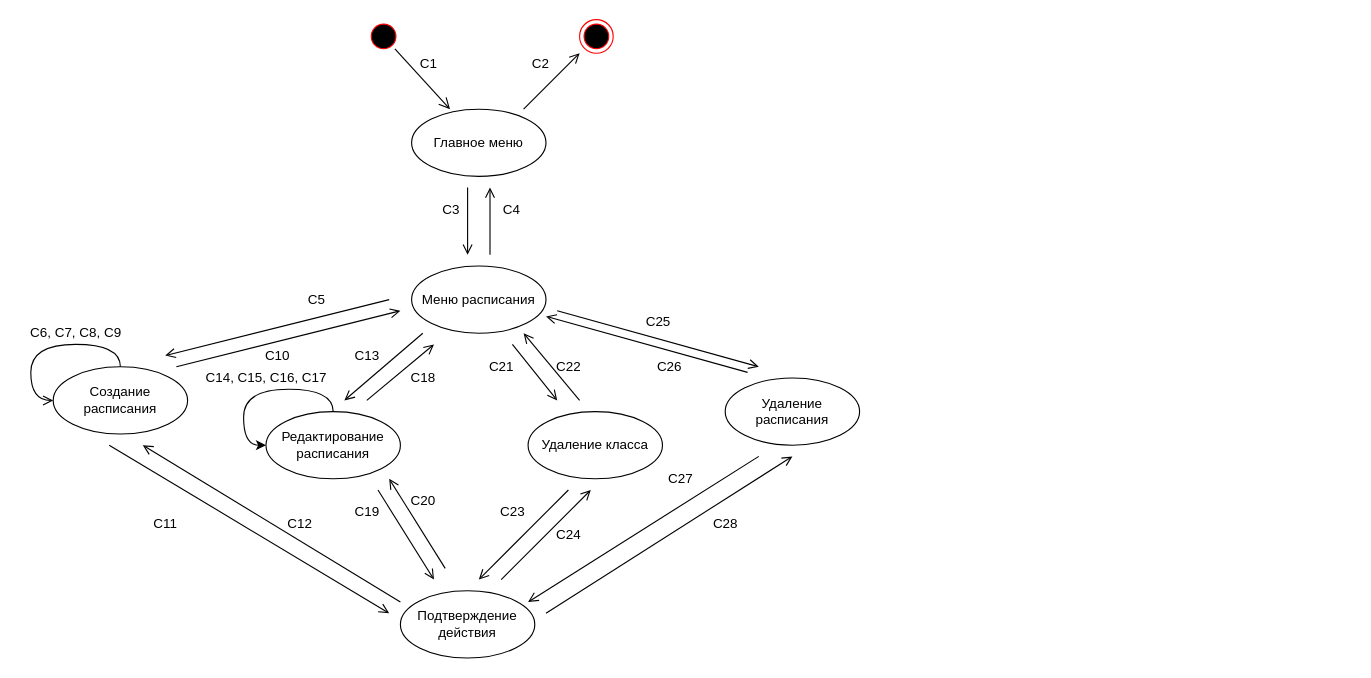
This is граф_состояний_интерфейса.drawio from D-Black-N/TRPS, a draw.io file, before an edit. Source tidied: cells renumbered, new cells numbered last; positions are measured from the earlier drawing's top-left corner, leaving out a move shared by most shapes. Both pictures are drawn from the tidied source at 112%, with x=0, y=0 at pixel (19, 19).
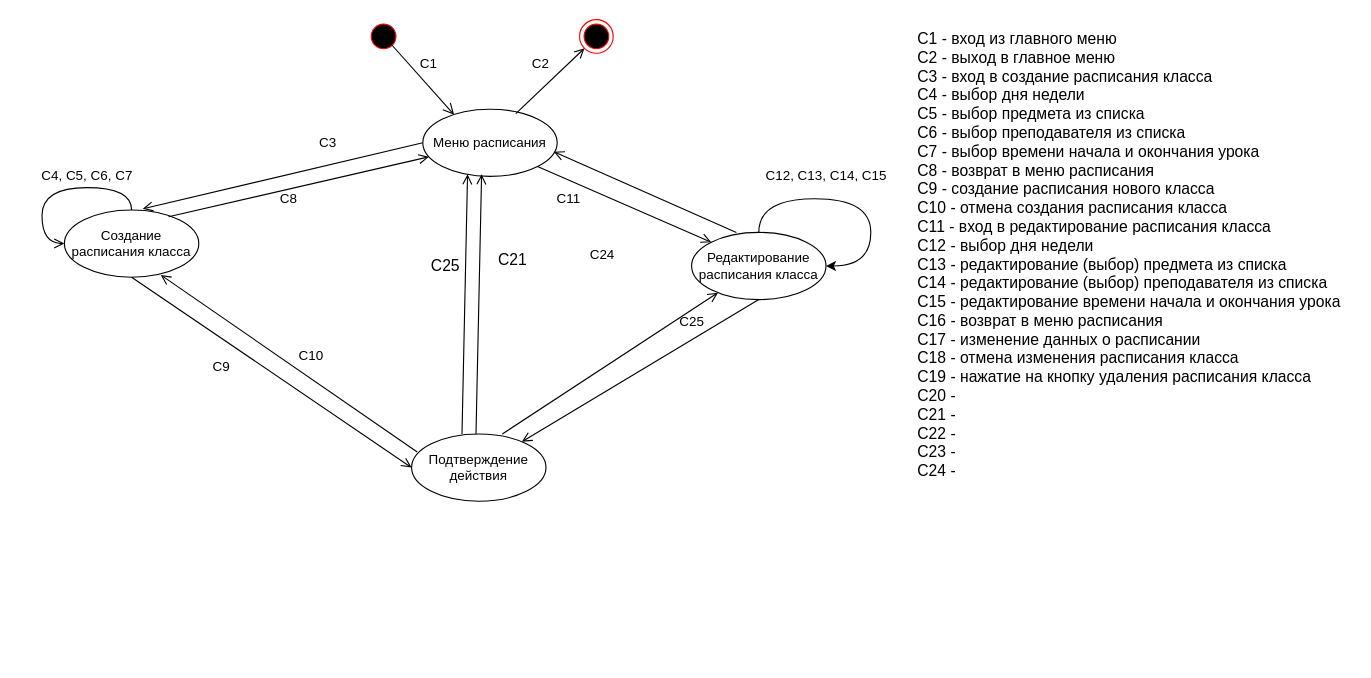
After the change.

Unchanged cells that the change refers to:
```xml
<mxCell id="2" style="ellipse;html=1;shape=startState;fillColor=#000000;strokeColor=#ff0000;" parent="1" vertex="1">
  <mxGeometry x="310" width="30" height="30" as="geometry" />
</mxCell>
<mxCell id="4" style="ellipse;html=1;shape=endState;fillColor=#000000;strokeColor=#ff0000;" parent="1" vertex="1">
  <mxGeometry x="500" width="30" height="30" as="geometry" />
</mxCell>
```

Change to the diagram source:
```diff
@@
-    <mxCell id="3" style="html=1;verticalAlign=bottom;endArrow=open;endSize=8;strokeColor=#000000;rounded=0;entryX=0.286;entryY=0;entryDx=0;entryDy=0;entryPerimeter=0;" parent="1" edge="1" source="2" target="5">
-      <mxGeometry relative="1" as="geometry" />
+    <mxCell id="3" style="html=1;verticalAlign=bottom;endArrow=open;endSize=8;strokeColor=#000000;rounded=0;entryX=0.233;entryY=0.083;entryDx=0;entryDy=0;entryPerimeter=0;" parent="1" edge="1" target="6">
+      <mxGeometry relative="1" as="geometry">
+        <mxPoint x="330" y="20" as="sourcePoint" />
+      </mxGeometry>
     </mxCell>
@@
-    <mxCell id="5" value="Главное меню" style="ellipse;whiteSpace=wrap;html=1;" parent="1" vertex="1">
-      <mxGeometry x="350" y="80" width="120" height="60" as="geometry" />
-    </mxCell>
     <mxCell id="6" value="Меню расписания" style="ellipse;whiteSpace=wrap;html=1;" parent="1" vertex="1">
-      <mxGeometry x="350" y="220" width="120" height="60" as="geometry" />
+      <mxGeometry x="360" y="80" width="120" height="60" as="geometry" />
     </mxCell>
-    <mxCell id="7" style="endArrow=open;html=1;rounded=0;endFill=0;endSize=7;" parent="1" edge="1">
-      <mxGeometry relative="1" as="geometry">
-        <mxPoint x="450" y="80" as="sourcePoint" />
-        <mxPoint x="500" y="30" as="targetPoint" />
-      </mxGeometry>
+    <mxCell id="7" style="endArrow=open;html=1;rounded=0;endFill=0;endSize=7;entryX=0;entryY=1;entryDx=0;entryDy=0;exitX=0.692;exitY=0.067;exitDx=0;exitDy=0;exitPerimeter=0;" parent="1" edge="1" source="6" target="4">
+      <mxGeometry relative="1" as="geometry" />
     </mxCell>
-    <mxCell id="8" style="endArrow=open;html=1;rounded=0;endSize=7;endFill=0;" parent="1" edge="1">
-      <mxGeometry relative="1" as="geometry">
-        <mxPoint x="400" y="150" as="sourcePoint" />
-        <mxPoint x="400" y="210" as="targetPoint" />
-      </mxGeometry>
-    </mxCell>
@@
-    <mxCell id="11" value="С3" style="text;html=1;align=center;verticalAlign=middle;strokeColor=none;fillColor=none;" parent="1" vertex="1">
-      <mxGeometry x="370" y="160" width="30" height="20" as="geometry" />
-    </mxCell>
-    <mxCell id="12" value="Удаление класса" style="ellipse;whiteSpace=wrap;html=1;" parent="1" vertex="1">
-      <mxGeometry x="454" y="350" width="120" height="60" as="geometry" />
-    </mxCell>
     <mxCell id="13" style="edgeStyle=orthogonalEdgeStyle;rounded=0;orthogonalLoop=1;jettySize=auto;html=1;endArrow=open;endFill=0;endSize=7;curved=1;entryX=0;entryY=0.5;entryDx=0;entryDy=0;exitX=0.5;exitY=0;exitDx=0;exitDy=0;" parent="1" edge="1" source="14" target="14">
       <mxGeometry relative="1" as="geometry">
         <Array as="points">
-          <mxPoint x="90" y="290" />
-          <mxPoint x="10" y="290" />
-          <mxPoint x="10" y="340" />
+          <mxPoint x="100" y="150" />
+          <mxPoint x="20" y="150" />
+          <mxPoint x="20" y="200" />
         </Array>
       </mxGeometry>
     </mxCell>
-    <mxCell id="14" value="Создание расписания" style="ellipse;whiteSpace=wrap;html=1;" parent="1" vertex="1">
-      <mxGeometry x="30" y="310" width="120" height="60" as="geometry" />
+    <mxCell id="14" value="Создание расписания класса" style="ellipse;whiteSpace=wrap;html=1;" parent="1" vertex="1">
+      <mxGeometry x="40" y="170" width="120" height="60" as="geometry" />
     </mxCell>
-    <mxCell id="15" style="edgeStyle=orthogonalEdgeStyle;rounded=0;orthogonalLoop=1;jettySize=auto;html=1;entryX=0;entryY=0.5;entryDx=0;entryDy=0;elbow=vertical;curved=1;" parent="1" edge="1" source="16" target="16">
+    <mxCell id="15" style="edgeStyle=orthogonalEdgeStyle;rounded=0;orthogonalLoop=1;jettySize=auto;html=1;elbow=vertical;curved=1;entryX=1;entryY=0.5;entryDx=0;entryDy=0;" parent="1" edge="1" source="16" target="16">
       <mxGeometry relative="1" as="geometry">
         <Array as="points">
-          <mxPoint x="280" y="330" />
-          <mxPoint x="200" y="330" />
-          <mxPoint x="200" y="380" />
+          <mxPoint x="660" y="160" />
+          <mxPoint x="760" y="160" />
+          <mxPoint x="760" y="220" />
         </Array>
       </mxGeometry>
     </mxCell>
-    <mxCell id="16" value="Редактирование расписания" style="ellipse;whiteSpace=wrap;html=1;" parent="1" vertex="1">
-      <mxGeometry x="220" y="350" width="120" height="60" as="geometry" />
+    <mxCell id="16" value="Редактирование расписания класса" style="ellipse;whiteSpace=wrap;html=1;" parent="1" vertex="1">
+      <mxGeometry x="600" y="190" width="120" height="60" as="geometry" />
     </mxCell>
-    <mxCell id="17" style="endArrow=open;html=1;rounded=0;endSize=7;endFill=0;" parent="1" edge="1">
-      <mxGeometry relative="1" as="geometry">
-        <mxPoint x="330" y="250" as="sourcePoint" />
-        <mxPoint x="130" y="300" as="targetPoint" />
-      </mxGeometry>
+    <mxCell id="17" style="endArrow=open;html=1;rounded=0;endSize=7;endFill=0;exitX=0;exitY=0.5;exitDx=0;exitDy=0;exitPerimeter=0;entryX=0.583;entryY=-0.017;entryDx=0;entryDy=0;entryPerimeter=0;" parent="1" edge="1" source="6" target="14">
+      <mxGeometry relative="1" as="geometry" />
     </mxCell>
-    <mxCell id="18" style="endArrow=open;html=1;rounded=0;endSize=7;endFill=0;" parent="1" edge="1">
-      <mxGeometry relative="1" as="geometry">
-        <mxPoint x="440" y="290" as="sourcePoint" />
-        <mxPoint x="480" y="340" as="targetPoint" />
-      </mxGeometry>
-    </mxCell>
-    <mxCell id="19" value="С5" style="text;html=1;align=center;verticalAlign=middle;strokeColor=none;fillColor=none;" parent="1" vertex="1">
-      <mxGeometry x="250" y="240" width="30" height="20" as="geometry" />
+    <mxCell id="19" value="С3" style="text;html=1;align=center;verticalAlign=middle;strokeColor=none;fillColor=none;" parent="1" vertex="1">
+      <mxGeometry x="260" y="100" width="30" height="20" as="geometry" />
     </mxCell>
-    <mxCell id="20" value="C6, C7, C8, C9" style="text;html=1;align=center;verticalAlign=middle;strokeColor=none;fillColor=none;" parent="1" vertex="1">
-      <mxGeometry y="270" width="100" height="20" as="geometry" />
+    <mxCell id="20" value="C4, C5, C6, C7" style="text;html=1;align=center;verticalAlign=middle;strokeColor=none;fillColor=none;" parent="1" vertex="1">
+      <mxGeometry x="10" y="130" width="100" height="20" as="geometry" />
     </mxCell>
-    <mxCell id="21" style="endArrow=open;html=1;rounded=0;endSize=7;endFill=0;" parent="1" edge="1">
-      <mxGeometry relative="1" as="geometry">
-        <mxPoint x="480" y="260" as="sourcePoint" />
-        <mxPoint x="660" y="310" as="targetPoint" />
-      </mxGeometry>
-    </mxCell>
-    <mxCell id="22" style="endArrow=open;html=1;rounded=0;endSize=7;endFill=0;" parent="1" edge="1">
-      <mxGeometry relative="1" as="geometry">
-        <mxPoint x="420" y="210" as="sourcePoint" />
-        <mxPoint x="420" y="150" as="targetPoint" />
-      </mxGeometry>
-    </mxCell>
-    <mxCell id="23" value="С4" style="text;html=1;align=center;verticalAlign=middle;strokeColor=none;fillColor=none;" parent="1" vertex="1">
-      <mxGeometry x="424" y="160" width="30" height="20" as="geometry" />
-    </mxCell>
-    <mxCell id="24" style="endArrow=open;html=1;rounded=0;endSize=7;endFill=0;" parent="1" edge="1">
-      <mxGeometry relative="1" as="geometry">
-        <mxPoint x="140" y="310" as="sourcePoint" />
-        <mxPoint x="340" y="260" as="targetPoint" />
-      </mxGeometry>
+    <mxCell id="24" style="endArrow=open;html=1;rounded=0;endSize=7;endFill=0;exitX=0.775;exitY=0.1;exitDx=0;exitDy=0;exitPerimeter=0;" parent="1" edge="1" source="14" target="6">
+      <mxGeometry relative="1" as="geometry" />
     </mxCell>
-    <mxCell id="25" value="C10" style="text;html=1;align=center;verticalAlign=middle;strokeColor=none;fillColor=none;" parent="1" vertex="1">
-      <mxGeometry x="210" y="290" width="40" height="20" as="geometry" />
+    <mxCell id="25" value="C8" style="text;html=1;align=center;verticalAlign=middle;strokeColor=none;fillColor=none;" parent="1" vertex="1">
+      <mxGeometry x="225" y="150" width="30" height="20" as="geometry" />
     </mxCell>
-    <mxCell id="26" style="endArrow=open;html=1;rounded=0;endSize=7;endFill=0;" parent="1" edge="1">
-      <mxGeometry relative="1" as="geometry">
-        <mxPoint x="500" y="340" as="sourcePoint" />
-        <mxPoint x="450" y="280" as="targetPoint" />
-      </mxGeometry>
-    </mxCell>
-    <mxCell id="27" style="endArrow=open;html=1;rounded=0;endSize=7;endFill=0;" parent="1" edge="1">
-      <mxGeometry relative="1" as="geometry">
-        <mxPoint x="650" y="315" as="sourcePoint" />
-        <mxPoint x="470" y="265" as="targetPoint" />
-      </mxGeometry>
-    </mxCell>
-    <mxCell id="28" value="Удаление расписания" style="ellipse;whiteSpace=wrap;html=1;" parent="1" vertex="1">
-      <mxGeometry x="630" y="320" width="120" height="60" as="geometry" />
-    </mxCell>
-    <mxCell id="29" style="endArrow=open;html=1;rounded=0;endSize=7;endFill=0;" parent="1" edge="1">
-      <mxGeometry relative="1" as="geometry">
-        <mxPoint x="360" y="280" as="sourcePoint" />
-        <mxPoint x="290" y="340" as="targetPoint" />
-      </mxGeometry>
+    <mxCell id="29" style="endArrow=open;html=1;rounded=0;endSize=7;endFill=0;exitX=1;exitY=1;exitDx=0;exitDy=0;entryX=0;entryY=0;entryDx=0;entryDy=0;" parent="1" edge="1" source="6" target="16">
+      <mxGeometry relative="1" as="geometry" />
     </mxCell>
-    <mxCell id="30" style="endArrow=open;html=1;rounded=0;endSize=7;endFill=0;" parent="1" edge="1">
+    <mxCell id="30" style="endArrow=open;html=1;rounded=0;endSize=7;endFill=0;entryX=0.975;entryY=0.633;entryDx=0;entryDy=0;entryPerimeter=0;" parent="1" edge="1" target="6">
       <mxGeometry relative="1" as="geometry">
-        <mxPoint x="310" y="340" as="sourcePoint" />
-        <mxPoint x="370" y="290" as="targetPoint" />
+        <mxPoint x="640" y="190" as="sourcePoint" />
       </mxGeometry>
     </mxCell>
     <mxCell id="31" value="Подтверждение действия" style="ellipse;whiteSpace=wrap;html=1;" parent="1" vertex="1">
-      <mxGeometry x="340" y="510" width="120" height="60" as="geometry" />
+      <mxGeometry x="350" y="370" width="120" height="60" as="geometry" />
     </mxCell>
-    <mxCell id="32" style="endArrow=open;html=1;rounded=0;endSize=7;endFill=0;" parent="1" edge="1">
-      <mxGeometry relative="1" as="geometry">
-        <mxPoint x="80" y="380" as="sourcePoint" />
-        <mxPoint x="330" y="530" as="targetPoint" />
-      </mxGeometry>
+    <mxCell id="32" style="endArrow=open;html=1;rounded=0;endSize=7;endFill=0;exitX=0.5;exitY=1;exitDx=0;exitDy=0;entryX=0;entryY=0.5;entryDx=0;entryDy=0;" parent="1" edge="1" source="14" target="31">
+      <mxGeometry relative="1" as="geometry" />
     </mxCell>
-    <mxCell id="33" style="endArrow=open;html=1;rounded=0;endSize=7;endFill=0;" parent="1" edge="1">
-      <mxGeometry relative="1" as="geometry">
-        <mxPoint x="340" y="520" as="sourcePoint" />
-        <mxPoint x="110" y="380" as="targetPoint" />
-      </mxGeometry>
+    <mxCell id="33" style="endArrow=open;html=1;rounded=0;endSize=7;endFill=0;entryX=0.717;entryY=0.967;entryDx=0;entryDy=0;entryPerimeter=0;exitX=0.042;exitY=0.267;exitDx=0;exitDy=0;exitPerimeter=0;" parent="1" edge="1" source="31" target="14">
+      <mxGeometry relative="1" as="geometry" />
     </mxCell>
-    <mxCell id="34" value="C11" style="text;html=1;align=center;verticalAlign=middle;strokeColor=none;fillColor=none;" parent="1" vertex="1">
-      <mxGeometry x="110" y="440" width="40" height="20" as="geometry" />
+    <mxCell id="34" value="C9" style="text;html=1;align=center;verticalAlign=middle;strokeColor=none;fillColor=none;" parent="1" vertex="1">
+      <mxGeometry x="165" y="300" width="30" height="20" as="geometry" />
     </mxCell>
-    <mxCell id="35" value="С12" style="text;html=1;align=center;verticalAlign=middle;strokeColor=none;fillColor=none;" parent="1" vertex="1">
-      <mxGeometry x="230" y="440" width="40" height="20" as="geometry" />
+    <mxCell id="35" value="С10" style="text;html=1;align=center;verticalAlign=middle;strokeColor=none;fillColor=none;" parent="1" vertex="1">
+      <mxGeometry x="240" y="290" width="40" height="20" as="geometry" />
     </mxCell>
-    <mxCell id="36" style="endArrow=open;html=1;rounded=0;endSize=7;endFill=0;" parent="1" edge="1">
-      <mxGeometry relative="1" as="geometry">
-        <mxPoint x="380" y="490" as="sourcePoint" />
-        <mxPoint x="330" y="410" as="targetPoint" />
-      </mxGeometry>
+    <mxCell id="36" style="endArrow=open;html=1;rounded=0;endSize=7;endFill=0;exitX=0.675;exitY=0;exitDx=0;exitDy=0;exitPerimeter=0;" parent="1" edge="1" source="31" target="16">
+      <mxGeometry relative="1" as="geometry" />
     </mxCell>
-    <mxCell id="37" style="endArrow=open;html=1;rounded=0;endSize=7;endFill=0;" parent="1" edge="1">
-      <mxGeometry relative="1" as="geometry">
-        <mxPoint x="320" y="420" as="sourcePoint" />
-        <mxPoint x="370" y="500" as="targetPoint" />
-      </mxGeometry>
+    <mxCell id="37" style="endArrow=open;html=1;rounded=0;endSize=7;endFill=0;exitX=0.5;exitY=1;exitDx=0;exitDy=0;" parent="1" edge="1" source="16" target="31">
+      <mxGeometry relative="1" as="geometry" />
     </mxCell>
-    <mxCell id="38" style="endArrow=open;html=1;rounded=0;endSize=7;endFill=0;" parent="1" edge="1">
-      <mxGeometry relative="1" as="geometry">
-        <mxPoint x="470" y="530" as="sourcePoint" />
-        <mxPoint x="690" y="390" as="targetPoint" />
-      </mxGeometry>
-    </mxCell>
-    <mxCell id="39" style="endArrow=open;html=1;rounded=0;endSize=7;endFill=0;" parent="1" edge="1">
-      <mxGeometry relative="1" as="geometry">
-        <mxPoint x="660" y="390" as="sourcePoint" />
-        <mxPoint x="454" y="520" as="targetPoint" />
-      </mxGeometry>
-    </mxCell>
-    <mxCell id="40" style="endArrow=open;html=1;rounded=0;endSize=7;endFill=0;" parent="1" edge="1">
-      <mxGeometry relative="1" as="geometry">
-        <mxPoint x="430" y="500" as="sourcePoint" />
-        <mxPoint x="510" y="420" as="targetPoint" />
-      </mxGeometry>
-    </mxCell>
-    <mxCell id="41" style="endArrow=open;html=1;rounded=0;endSize=7;endFill=0;" parent="1" edge="1">
-      <mxGeometry relative="1" as="geometry">
-        <mxPoint x="490" y="420" as="sourcePoint" />
-        <mxPoint x="410" y="500" as="targetPoint" />
-      </mxGeometry>
-    </mxCell>
-    <mxCell id="42" value="C14, C15, C16, C17" style="text;html=1;align=center;verticalAlign=middle;strokeColor=none;fillColor=none;" parent="1" vertex="1">
-      <mxGeometry x="160" y="310" width="120" height="20" as="geometry" />
+    <mxCell id="42" value="C12, C13, C14, C15" style="text;html=1;align=center;verticalAlign=middle;strokeColor=none;fillColor=none;" parent="1" vertex="1">
+      <mxGeometry x="660" y="130" width="120" height="20" as="geometry" />
     </mxCell>
-    <mxCell id="43" value="С13" style="text;html=1;align=center;verticalAlign=middle;strokeColor=none;fillColor=none;" parent="1" vertex="1">
-      <mxGeometry x="290" y="290" width="40" height="20" as="geometry" />
+    <mxCell id="43" value="С11" style="text;html=1;align=center;verticalAlign=middle;strokeColor=none;fillColor=none;" parent="1" vertex="1">
+      <mxGeometry x="470" y="150" width="40" height="20" as="geometry" />
     </mxCell>
-    <mxCell id="44" value="С18" style="text;html=1;align=center;verticalAlign=middle;strokeColor=none;fillColor=none;" parent="1" vertex="1">
-      <mxGeometry x="340" y="310" width="40" height="20" as="geometry" />
-    </mxCell>
-    <mxCell id="45" value="С19" style="text;html=1;align=center;verticalAlign=middle;strokeColor=none;fillColor=none;" parent="1" vertex="1">
-      <mxGeometry x="290" y="430" width="40" height="20" as="geometry" />
-    </mxCell>
-    <mxCell id="46" value="С20" style="text;html=1;align=center;verticalAlign=middle;strokeColor=none;fillColor=none;" parent="1" vertex="1">
-      <mxGeometry x="340" y="420" width="40" height="20" as="geometry" />
-    </mxCell>
-    <mxCell id="47" value="С21" style="text;html=1;align=center;verticalAlign=middle;strokeColor=none;fillColor=none;" parent="1" vertex="1">
-      <mxGeometry x="410" y="300" width="40" height="20" as="geometry" />
-    </mxCell>
-    <mxCell id="48" value="С22" style="text;html=1;align=center;verticalAlign=middle;strokeColor=none;fillColor=none;" parent="1" vertex="1">
-      <mxGeometry x="470" y="300" width="40" height="20" as="geometry" />
-    </mxCell>
-    <mxCell id="49" value="С23" style="text;html=1;align=center;verticalAlign=middle;strokeColor=none;fillColor=none;" parent="1" vertex="1">
-      <mxGeometry x="420" y="430" width="40" height="20" as="geometry" />
-    </mxCell>
-    <mxCell id="50" value="С24" style="text;html=1;align=center;verticalAlign=middle;strokeColor=none;fillColor=none;" parent="1" vertex="1">
-      <mxGeometry x="470" y="450" width="40" height="20" as="geometry" />
-    </mxCell>
-    <mxCell id="51" value="С25" style="text;html=1;align=center;verticalAlign=middle;strokeColor=none;fillColor=none;" parent="1" vertex="1">
-      <mxGeometry x="550" y="260" width="40" height="20" as="geometry" />
-    </mxCell>
-    <mxCell id="52" value="С26" style="text;html=1;align=center;verticalAlign=middle;strokeColor=none;fillColor=none;" parent="1" vertex="1">
-      <mxGeometry x="560" y="300" width="40" height="20" as="geometry" />
+    <mxCell id="52" value="С24" style="text;html=1;align=center;verticalAlign=middle;strokeColor=none;fillColor=none;" parent="1" vertex="1">
+      <mxGeometry x="500" y="200" width="40" height="20" as="geometry" />
     </mxCell>
-    <mxCell id="53" value="С27" style="text;html=1;align=center;verticalAlign=middle;strokeColor=none;fillColor=none;" parent="1" vertex="1">
-      <mxGeometry x="570" y="400" width="40" height="20" as="geometry" />
+    <mxCell id="53" value="С25" style="text;html=1;align=center;verticalAlign=middle;strokeColor=none;fillColor=none;" parent="1" vertex="1">
+      <mxGeometry x="580" y="260" width="40" height="20" as="geometry" />
     </mxCell>
-    <mxCell id="54" value="С28" style="text;html=1;align=center;verticalAlign=middle;strokeColor=none;fillColor=none;" parent="1" vertex="1">
-      <mxGeometry x="610" y="440" width="40" height="20" as="geometry" />
-    </mxCell>
+    <mxCell id="55" value="C1 - вход из главного меню&lt;br&gt;C2 - выход в главное меню&lt;br&gt;C3 - вход в создание расписания класса&lt;br&gt;C4 - выбор дня недели&lt;br&gt;C5 - выбор предмета из списка&lt;br&gt;C6 - выбор преподавателя из списка&lt;br&gt;C7 - выбор времени начала и окончания урока&lt;br&gt;C8 - возврат в меню расписания&lt;br&gt;C9 - создание расписания нового класса&lt;br&gt;C10 - отмена создания расписания класса&amp;nbsp;&lt;br&gt;C11 - вход в редактирование расписания класса&lt;br&gt;C12 - выбор дня недели&lt;br&gt;C13 - редактирование (выбор) предмета из списка&lt;br&gt;C14 - редактирование (выбор) преподавателя из списка&lt;br&gt;C15 - редактирование времени начала и окончания урока&lt;br&gt;C16 - возврат в меню расписания&lt;br&gt;C17 - изменение данных о расписании&lt;br&gt;C18 - отмена изменения расписания класса&lt;br&gt;C19 - нажатие на кнопку удаления расписания класса&lt;br&gt;C20 -&amp;nbsp;&lt;br&gt;C21 -&amp;nbsp;&lt;br&gt;C22 -&amp;nbsp;&lt;br&gt;C23 -&amp;nbsp;&lt;br&gt;C24 -&amp;nbsp;" style="text;html=1;align=left;verticalAlign=middle;strokeColor=none;fillColor=none;fontSize=14;" parent="1" vertex="1">
+      <mxGeometry x="800" y="5" width="390" height="410" as="geometry" />
+    </mxCell>
+    <mxCell id="56" style="endArrow=open;html=1;rounded=0;endSize=7;endFill=0;entryX=0.333;entryY=0.967;entryDx=0;entryDy=0;exitX=0.375;exitY=0;exitDx=0;exitDy=0;entryPerimeter=0;exitPerimeter=0;" parent="1" edge="1" source="31" target="6">
+      <mxGeometry relative="1" as="geometry" />
+    </mxCell>
+    <mxCell id="51" value="С25" style="text;html=1;align=center;verticalAlign=middle;strokeColor=none;fillColor=none;fontSize=14;" parent="1" vertex="1">
+      <mxGeometry x="360" y="210" width="40" height="20" as="geometry" />
+    </mxCell>
+    <mxCell id="57" style="endArrow=open;html=1;rounded=0;endSize=7;endFill=0;entryX=0.333;entryY=0.967;entryDx=0;entryDy=0;exitX=0.375;exitY=0;exitDx=0;exitDy=0;entryPerimeter=0;exitPerimeter=0;" parent="1" edge="1">
+      <mxGeometry relative="1" as="geometry">
+        <mxPoint x="407.5" y="370" as="sourcePoint" />
+        <mxPoint x="412.5" y="138" as="targetPoint" />
+      </mxGeometry>
+    </mxCell>
+    <mxCell id="47" value="С21" style="text;html=1;align=center;verticalAlign=middle;strokeColor=none;fillColor=none;fontSize=14;" parent="1" vertex="1">
+      <mxGeometry x="420" y="205" width="40" height="20" as="geometry" />
+    </mxCell>
```
